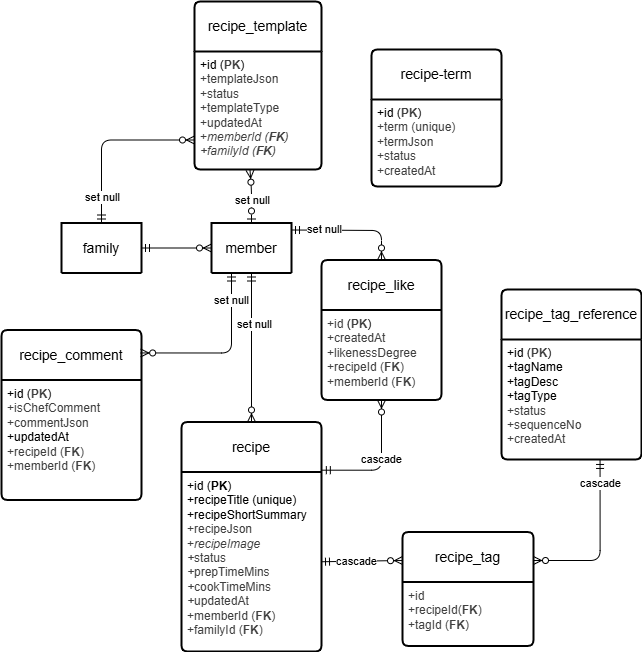
Above: docs/foodies-schema.png in greg1951/family-social-scratch (draw.io), before the change. Source tidied: cells renumbered, new cells last; positions are measured from the earlier drawing's top-left corner, leaving out a move shared by most shapes.
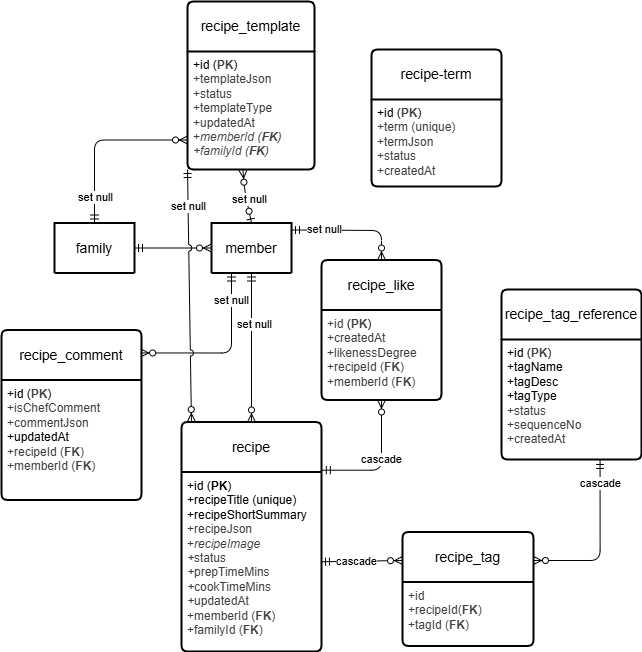
The same file after the commit.

Diff of the diagram source:
```diff
@@ -6,7 +6,7 @@
       <mxGeometry relative="1" as="geometry" />
     </mxCell>
     <mxCell id="3" value="family" style="swimlane;horizontal=1;startSize=50;rounded=1;fontSize=14;fontStyle=0;strokeWidth=2;shadow=0;dashed=0;align=center;arcSize=4;whiteSpace=wrap;html=1;" parent="1" vertex="1" collapsed="1">
-      <mxGeometry x="60" y="221.5" width="80" height="50" as="geometry" />
+      <mxGeometry x="53" y="221.5" width="80" height="50" as="geometry" />
     </mxCell>
     <mxCell id="4" value="member" style="swimlane;horizontal=1;startSize=50;rounded=1;fontSize=14;fontStyle=0;strokeWidth=2;shadow=0;dashed=0;align=center;arcSize=4;whiteSpace=wrap;html=1;" parent="1" vertex="1" collapsed="1">
       <mxGeometry x="210" y="221.5" width="80" height="50" as="geometry" />
@@ -95,7 +95,7 @@
       <mxGeometry y="50" width="130" height="87" as="geometry" />
     </mxCell>
     <mxCell id="30" value="recipe_template" style="swimlane;horizontal=1;startSize=50;rounded=1;fontSize=14;fontStyle=0;strokeWidth=2;shadow=0;dashed=0;align=center;arcSize=4;whiteSpace=wrap;html=1;" parent="1" vertex="1">
-      <mxGeometry x="193" width="127" height="168" as="geometry" />
+      <mxGeometry x="186" width="127" height="168" as="geometry" />
     </mxCell>
     <mxCell id="31" value="+id (&lt;b style=&quot;color: rgb(63, 63, 63); scrollbar-color: rgb(226, 226, 226) rgb(251, 251, 251);&quot;&gt;PK&lt;/b&gt;)&lt;div style=&quot;color: rgb(63, 63, 63); scrollbar-color: rgb(226, 226, 226) rgb(251, 251, 251);&quot;&gt;&lt;div style=&quot;color: rgb(63, 63, 63); scrollbar-color: rgb(226, 226, 226) rgb(251, 251, 251);&quot;&gt;+templateJson&lt;/div&gt;&lt;div style=&quot;color: rgb(63, 63, 63); scrollbar-color: rgb(226, 226, 226) rgb(251, 251, 251);&quot;&gt;+status&lt;/div&gt;&lt;div style=&quot;color: rgb(63, 63, 63); scrollbar-color: rgb(226, 226, 226) rgb(251, 251, 251);&quot;&gt;+templateType&lt;/div&gt;&lt;div style=&quot;color: rgb(63, 63, 63); scrollbar-color: rgb(226, 226, 226) rgb(251, 251, 251);&quot;&gt;&lt;span style=&quot;color: rgb(63, 63, 63); scrollbar-color: rgb(226, 226, 226) rgb(251, 251, 251); background-color: transparent;&quot;&gt;+updatedAt&lt;/span&gt;&lt;/div&gt;&lt;div style=&quot;color: rgb(63, 63, 63); scrollbar-color: rgb(226, 226, 226) rgb(251, 251, 251);&quot;&gt;&lt;span style=&quot;color: rgb(63, 63, 63); scrollbar-color: rgb(226, 226, 226) rgb(251, 251, 251); background-color: transparent;&quot;&gt;+&lt;i&gt;memberId (&lt;b&gt;FK&lt;/b&gt;)&lt;/i&gt;&lt;/span&gt;&lt;/div&gt;&lt;div style=&quot;color: rgb(63, 63, 63); scrollbar-color: rgb(226, 226, 226) rgb(251, 251, 251);&quot;&gt;&lt;span style=&quot;color: rgb(63, 63, 63); scrollbar-color: rgb(226, 226, 226) rgb(251, 251, 251); background-color: transparent;&quot;&gt;&lt;i&gt;+familyId (&lt;b&gt;FK&lt;/b&gt;)&lt;/i&gt;&lt;/span&gt;&lt;/div&gt;&lt;div style=&quot;color: rgb(63, 63, 63); scrollbar-color: rgb(226, 226, 226) rgb(251, 251, 251);&quot;&gt;&lt;span style=&quot;scrollbar-color: rgb(226, 226, 226) rgb(251, 251, 251); background-color: transparent; color: rgb(63, 63, 63);&quot;&gt;&lt;br style=&quot;color: rgb(63, 63, 63); scrollbar-color: rgb(226, 226, 226) rgb(251, 251, 251);&quot;&gt;&lt;/span&gt;&lt;/div&gt;&lt;/div&gt;" style="align=left;strokeColor=none;fillColor=none;spacingLeft=4;fontSize=12;verticalAlign=top;html=1;" parent="30" vertex="1">
       <mxGeometry y="50" width="127" height="118" as="geometry" />
@@ -103,7 +103,7 @@
     <mxCell id="32" style="fontSize=12;html=1;endArrow=ERzeroToMany;startArrow=ERzeroToOne;entryX=0.437;entryY=1.006;entryDx=0;entryDy=0;entryPerimeter=0;exitX=0.5;exitY=0;exitDx=0;exitDy=0;startFill=0;" parent="1" edge="1" source="4" target="31">
       <mxGeometry relative="1" as="geometry">
         <Array as="points">
-          <mxPoint x="250" y="188" />
+          <mxPoint x="243" y="188" />
         </Array>
       </mxGeometry>
     </mxCell>
@@ -118,5 +118,11 @@
     <mxCell id="35" value="set null" style="edgeLabel;html=1;align=center;verticalAlign=middle;" parent="34" vertex="1">
       <mxGeometry x="-0.71" relative="1" as="geometry" />
     </mxCell>
+    <mxCell id="36" style="fontSize=12;html=1;endArrow=ERzeroToMany;startArrow=ERmandOne;exitX=0;exitY=1;exitDx=0;exitDy=0;entryX=0.071;entryY=-0.002;entryDx=0;entryDy=0;entryPerimeter=0;jumpStyle=arc;" parent="1" edge="1" source="31" target="6">
+      <mxGeometry relative="1" as="geometry" />
+    </mxCell>
+    <mxCell id="37" value="set null" style="edgeLabel;html=1;align=center;verticalAlign=middle;" parent="36" vertex="1">
+      <mxGeometry x="-0.71" relative="1" as="geometry" />
+    </mxCell>
   </root>
 </mxGraphModel>
```
